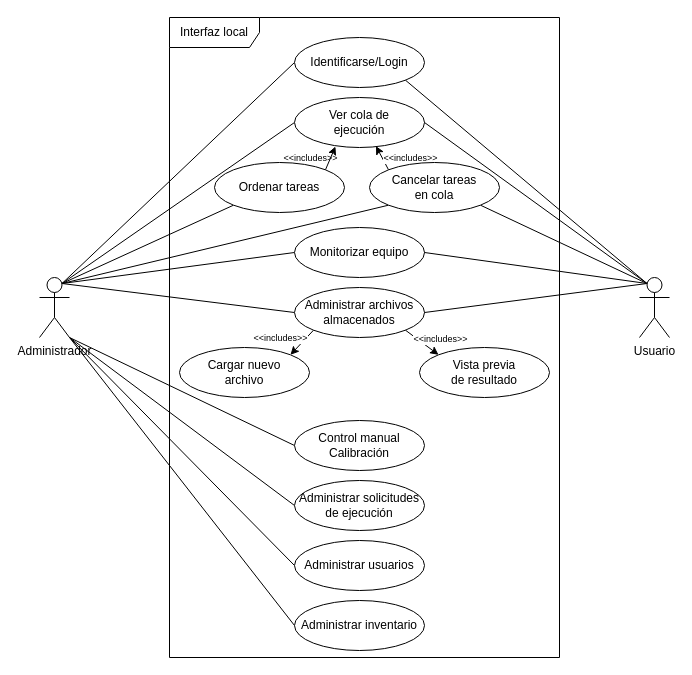
This is docs/design/use-cases/local-interface-use-cases.drawio from Leandro-Bertoluzzi/remote-cnc, a draw.io file, before an edit. Source tidied: cells renumbered, new cells numbered last; positions are measured from the earlier drawing's top-left corner, leaving out a move shared by most shapes. Both pictures are drawn from the tidied source at 100%, with x=0, y=0 at pixel (39, 17).
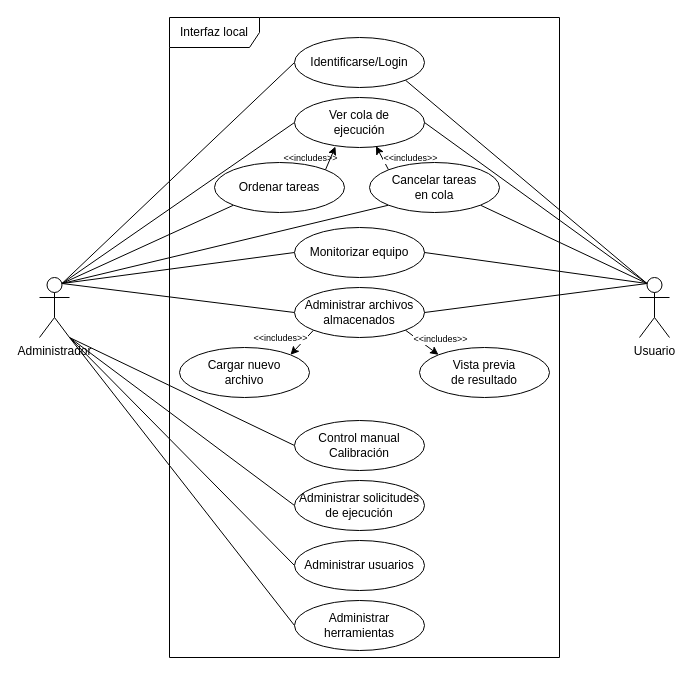
The same diagram, later.

Change to the diagram source:
```diff
@@
-    <mxCell id="27" value="Administrar inventario" style="ellipse;whiteSpace=wrap;html=1;" parent="1" vertex="1">
+    <mxCell id="27" value="Administrar herramientas" style="ellipse;whiteSpace=wrap;html=1;" parent="1" vertex="1">
       <mxGeometry x="255" y="583" width="130" height="50" as="geometry" />
     </mxCell>
```
